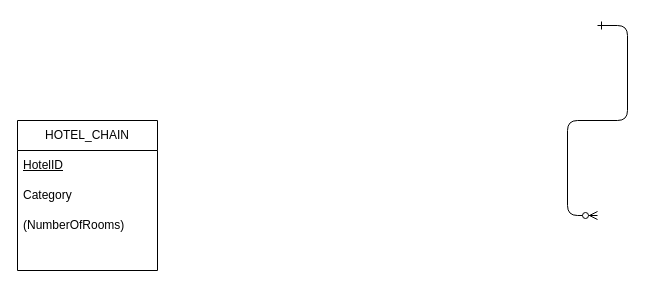
This is 1st-deliverable/ER-diagram.drawio from miuponn/eHotels-Project, a draw.io file, before an edit. Source tidied: cells renumbered, new cells numbered last; positions are measured from the earlier drawing's top-left corner, leaving out a move shared by most shapes. Both pictures are drawn from the tidied source at 100%, with x=0, y=0 at pixel (17, 25).
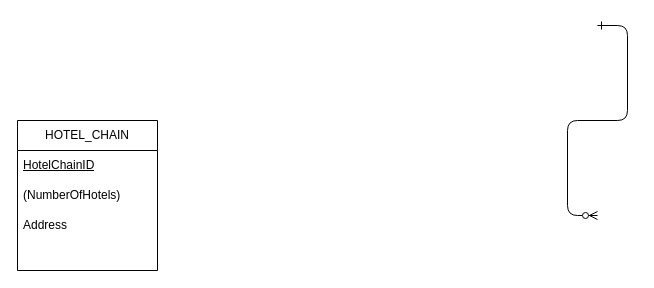
After the change.

The edit, as a diff of the source:
```diff
@@
 <mxGraphModel>
   <root>
     <mxCell id="0" />
     <mxCell id="1" parent="0" />
     <mxCell id="2" style="edgeStyle=entityRelationEdgeStyle;endArrow=ERzeroToMany;startArrow=ERone;endFill=1;startFill=0;" parent="1" edge="1">
       <mxGeometry relative="1" as="geometry">
         <mxPoint x="580" as="sourcePoint" />
         <mxPoint x="580" y="190" as="targetPoint" />
       </mxGeometry>
     </mxCell>
     <mxCell id="3" value="HOTEL_CHAIN" style="swimlane;fontStyle=0;horizontal=1;startSize=30;whiteSpace=wrap;html=1;" parent="1" vertex="1">
       <mxGeometry y="95" width="140" height="150" as="geometry" />
     </mxCell>
-    <mxCell id="4" value="HotelID" style="text;strokeColor=none;fillColor=none;align=left;verticalAlign=middle;spacingLeft=4;spacingRight=4;overflow=hidden;whiteSpace=wrap;html=1;fontStyle=4;" parent="3" vertex="1">
+    <mxCell id="4" value="HotelChainID" style="text;strokeColor=none;fillColor=none;align=left;verticalAlign=middle;spacingLeft=4;spacingRight=4;overflow=hidden;whiteSpace=wrap;html=1;fontStyle=4;" parent="3" vertex="1">
       <mxGeometry y="30" width="140" height="30" as="geometry" />
     </mxCell>
-    <mxCell id="5" value="Category" style="text;strokeColor=none;fillColor=none;align=left;verticalAlign=middle;spacingLeft=4;spacingRight=4;overflow=hidden;whiteSpace=wrap;html=1;" parent="3" vertex="1">
+    <mxCell id="5" value="(NumberOfHotels)" style="text;strokeColor=none;fillColor=none;align=left;verticalAlign=middle;spacingLeft=4;spacingRight=4;overflow=hidden;whiteSpace=wrap;html=1;" parent="3" vertex="1">
       <mxGeometry y="60" width="140" height="30" as="geometry" />
     </mxCell>
-    <mxCell id="6" value="(NumberOfRooms)&amp;nbsp;" style="text;strokeColor=none;fillColor=none;align=left;verticalAlign=middle;spacingLeft=4;spacingRight=4;overflow=hidden;whiteSpace=wrap;html=1;" parent="3" vertex="1">
+    <mxCell id="6" value="Address" style="text;strokeColor=none;fillColor=none;align=left;verticalAlign=middle;spacingLeft=4;spacingRight=4;overflow=hidden;whiteSpace=wrap;html=1;" parent="3" vertex="1">
       <mxGeometry y="90" width="140" height="30" as="geometry" />
     </mxCell>
     <mxCell id="7" style="text;strokeColor=none;fillColor=none;align=left;verticalAlign=middle;spacingLeft=4;spacingRight=4;overflow=hidden;whiteSpace=wrap;html=1;" parent="3" vertex="1">
       <mxGeometry y="120" width="140" height="30" as="geometry" />
     </mxCell>
   </root>
 </mxGraphModel>
```
